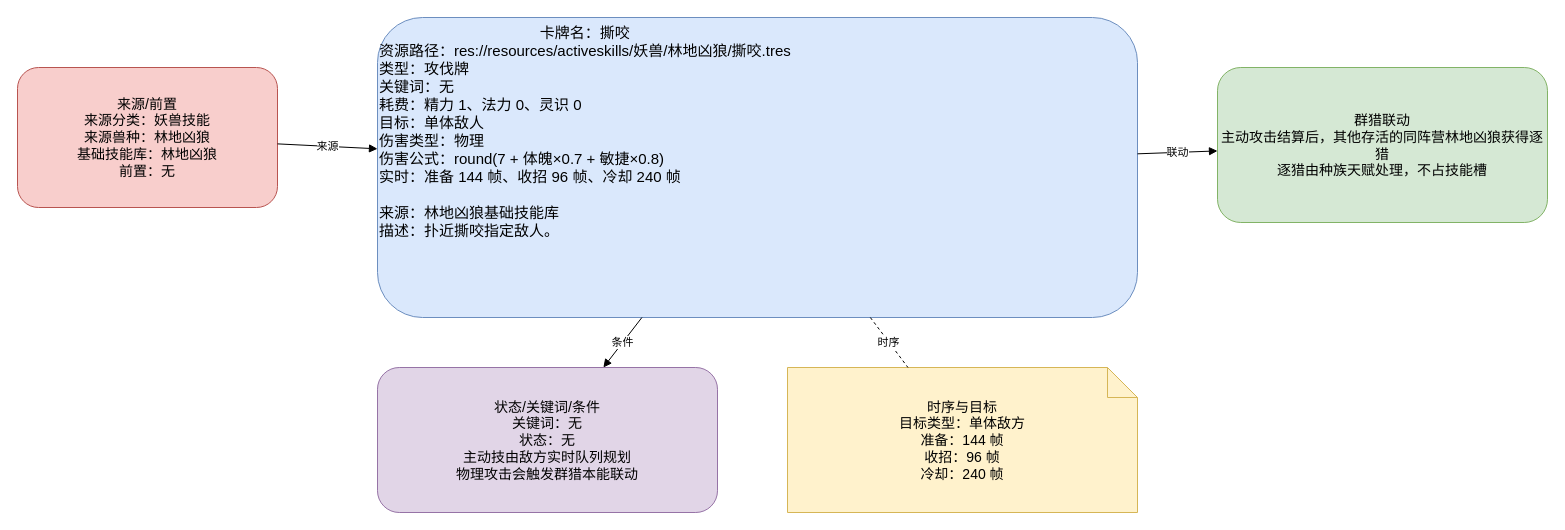
ankundanetracyc-spec/tian-guan-you-du keeps this draw.io diagram as docs/卡牌词典/妖兽/林地凶狼/撕咬.drawio. Above is the earlier version. Source tidied: cells renumbered, new cells numbered last; positions are measured from the earlier drawing's top-left corner, leaving out a move shared by most shapes. Both pictures are drawn from the tidied source at 100%, with x=0, y=0 at pixel (17, 17).
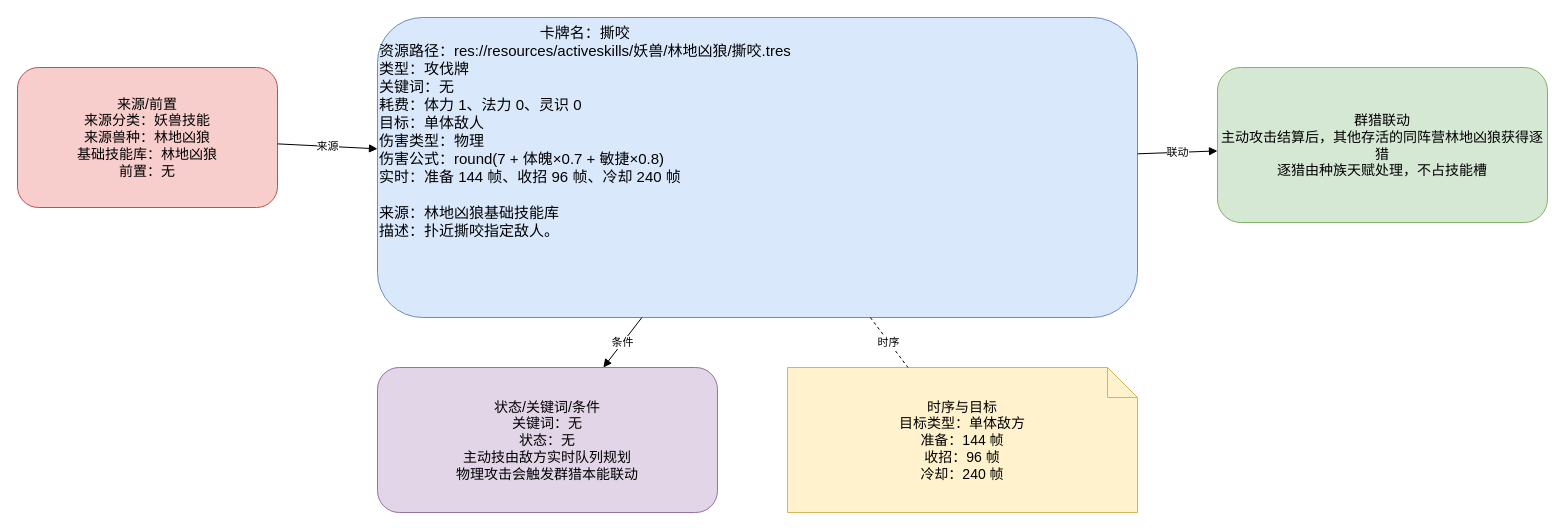
The same diagram, later.

Change to the diagram source:
```diff
@@
 <mxGraphModel>
   <root>
     <mxCell id="0" />
     <mxCell id="1" parent="0" />
-    <mxCell id="2" value="&lt;div style=&quot;text-align:center;&quot;&gt;卡牌名：撕咬&lt;/div&gt;&lt;div style=&quot;text-align:left;&quot;&gt;资源路径：res://resources/activeskills/妖兽/林地凶狼/撕咬.tres&lt;br&gt;类型：攻伐牌&lt;br&gt;关键词：无&lt;br&gt;耗费：精力 1、法力 0、灵识 0&lt;br&gt;目标：单体敌人&lt;br&gt;伤害类型：物理&lt;br&gt;伤害公式：round(7 + 体魄×0.7 + 敏捷×0.8)&lt;br&gt;实时：准备 144 帧、收招 96 帧、冷却 240 帧&lt;/div&gt;&lt;br&gt;来源：林地凶狼基础技能库&lt;br&gt;描述：扑近撕咬指定敌人。" style="rounded=1;whiteSpace=wrap;html=1;fillColor=#dae8fc;strokeColor=#6c8ebf;fontSize=15;align=left;verticalAlign=top;" parent="1" vertex="1">
+    <mxCell id="2" value="&lt;div style=&quot;text-align:center;&quot;&gt;卡牌名：撕咬&lt;/div&gt;&lt;div style=&quot;text-align:left;&quot;&gt;资源路径：res://resources/activeskills/妖兽/林地凶狼/撕咬.tres&lt;br&gt;类型：攻伐牌&lt;br&gt;关键词：无&lt;br&gt;耗费：体力 1、法力 0、灵识 0&lt;br&gt;目标：单体敌人&lt;br&gt;伤害类型：物理&lt;br&gt;伤害公式：round(7 + 体魄×0.7 + 敏捷×0.8)&lt;br&gt;实时：准备 144 帧、收招 96 帧、冷却 240 帧&lt;/div&gt;&lt;br&gt;来源：林地凶狼基础技能库&lt;br&gt;描述：扑近撕咬指定敌人。" style="rounded=1;whiteSpace=wrap;html=1;fillColor=#dae8fc;strokeColor=#6c8ebf;fontSize=15;align=left;verticalAlign=top;" parent="1" vertex="1">
       <mxGeometry x="360" width="760" height="300" as="geometry" />
     </mxCell>
     <mxCell id="3" value="来源/前置&#10;来源分类：妖兽技能&#10;来源兽种：林地凶狼&#10;基础技能库：林地凶狼&#10;前置：无" style="rounded=1;whiteSpace=wrap;html=1;fillColor=#f8cecc;strokeColor=#b85450;fontSize=14;" parent="1" vertex="1">
       <mxGeometry y="50" width="260" height="140" as="geometry" />
     </mxCell>
     <mxCell id="4" value="群猎联动&#10;主动攻击结算后，其他存活的同阵营林地凶狼获得逐猎&#10;逐猎由种族天赋处理，不占技能槽" style="rounded=1;whiteSpace=wrap;html=1;fillColor=#d5e8d4;strokeColor=#82b366;fontSize=14;" parent="1" vertex="1">
       <mxGeometry x="1200" y="50" width="330" height="155" as="geometry" />
     </mxCell>
     <mxCell id="5" value="状态/关键词/条件&#10;关键词：无&#10;状态：无&#10;主动技由敌方实时队列规划&#10;物理攻击会触发群猎本能联动" style="rounded=1;whiteSpace=wrap;html=1;fillColor=#e1d5e7;strokeColor=#9673a6;fontSize=14;" parent="1" vertex="1">
       <mxGeometry x="360" y="350" width="340" height="145" as="geometry" />
     </mxCell>
     <mxCell id="6" value="时序与目标&#10;目标类型：单体敌方&#10;准备：144 帧&#10;收招：96 帧&#10;冷却：240 帧" style="shape=note;whiteSpace=wrap;html=1;fillColor=#fff2cc;strokeColor=#d6b656;fontSize=14;" parent="1" vertex="1">
       <mxGeometry x="770" y="350" width="350" height="145" as="geometry" />
     </mxCell>
     <mxCell id="7" value="来源" style="endArrow=block;html=1;rounded=0;" parent="1" edge="1" source="3" target="2">
       <mxGeometry relative="1" as="geometry" />
     </mxCell>
     <mxCell id="8" value="联动" style="endArrow=block;html=1;rounded=0;" parent="1" edge="1" source="2" target="4">
       <mxGeometry relative="1" as="geometry" />
     </mxCell>
     <mxCell id="9" value="条件" style="endArrow=block;html=1;rounded=0;" parent="1" edge="1" source="2" target="5">
       <mxGeometry relative="1" as="geometry" />
     </mxCell>
     <mxCell id="10" value="时序" style="endArrow=none;dashed=1;html=1;" parent="1" edge="1" source="2" target="6">
       <mxGeometry relative="1" as="geometry" />
     </mxCell>
   </root>
 </mxGraphModel>
```
